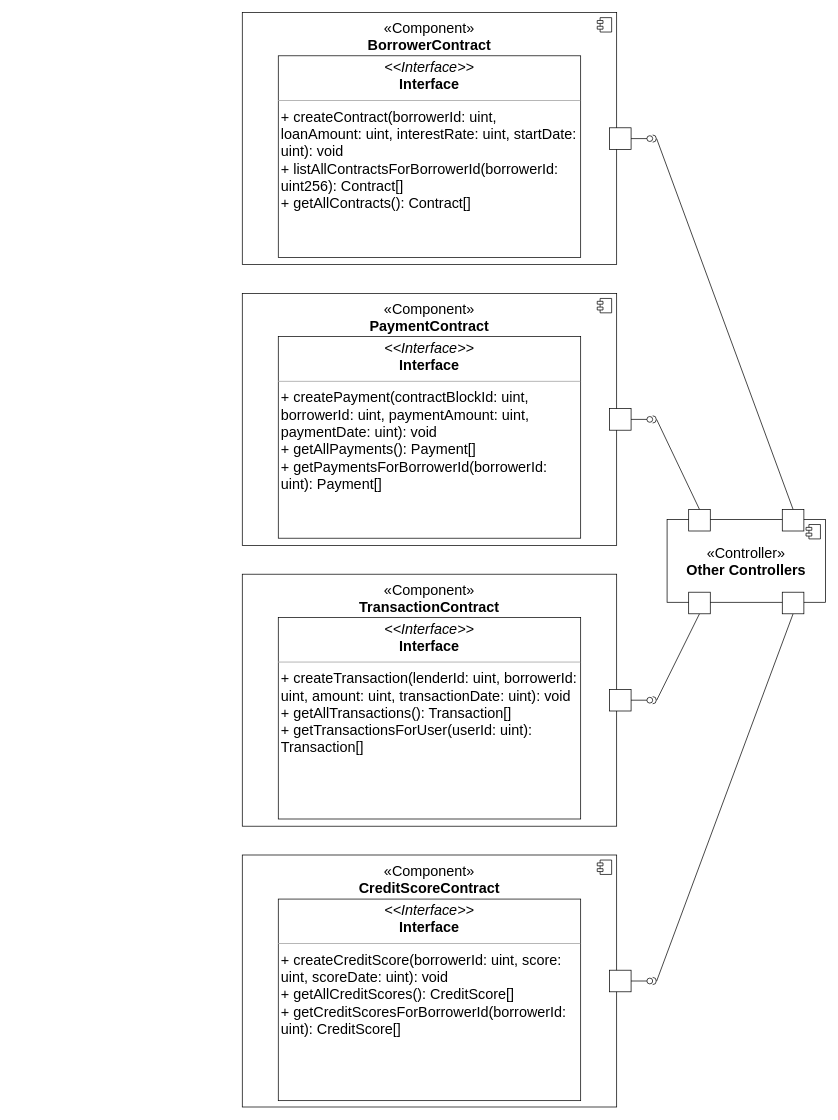
Above: Diagrams/SKY-P2P-CPD.drawio in SQU3AKERS/Sky-P2P (draw.io), before the change. Source tidied: cells renumbered, new cells numbered last; positions are measured from the earlier drawing's top-left corner, leaving out a move shared by most shapes. Both pictures are drawn from the tidied source at 72%, with x=0, y=0 at pixel (242, 12).
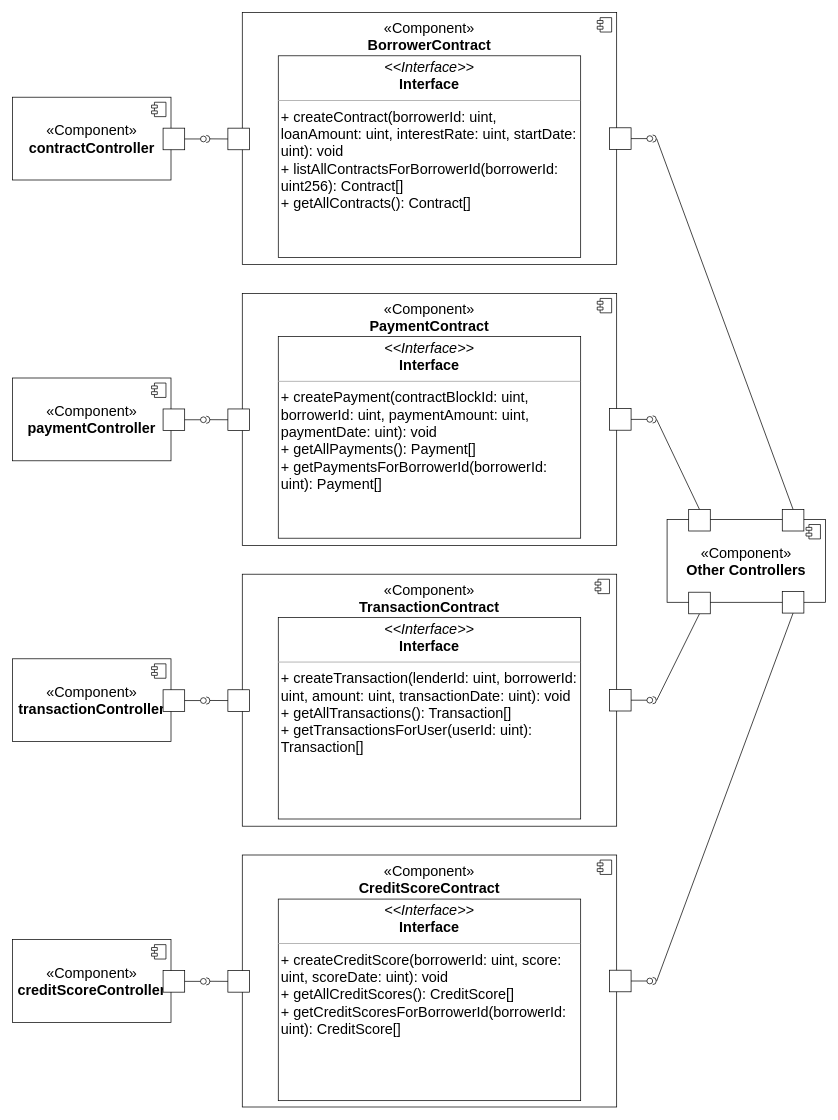
The same page after the edit.

The change refers to these unchanged cells:
```xml
<mxCell id="9" style="group;" parent="1" vertex="1">
  <mxGeometry x="570" y="690" width="240" height="145" as="geometry" />
</mxCell>
<mxCell id="32" style="group;" parent="1" vertex="1">
  <mxGeometry y="780" width="570" height="350" as="geometry" />
</mxCell>
```

What changed in the source:
```diff
@@
     <mxCell id="10" style="group;" parent="9" vertex="1">
-      <mxGeometry y="14" width="240" height="131" as="geometry" />
+      <mxGeometry y="14" width="240" height="130" as="geometry" />
     </mxCell>
-    <mxCell id="11" value="«Controller»&lt;br style=&quot;font-size: 20px;&quot;&gt;&lt;b style=&quot;font-size: 20px;&quot;&gt;Other Controllers&lt;/b&gt;" style="html=1;whiteSpace=wrap;fontSize=20;" parent="10" vertex="1">
+    <mxCell id="11" value="«Component»&lt;br style=&quot;font-size: 20px;&quot;&gt;&lt;b style=&quot;font-size: 20px;&quot;&gt;Other Controllers&lt;/b&gt;" style="html=1;whiteSpace=wrap;fontSize=20;" parent="10" vertex="1">
       <mxGeometry x="20" width="220" height="115" as="geometry" />
     </mxCell>
@@
     <mxCell id="13" style="html=1;rounded=0;direction=east;" parent="10" vertex="1">
-      <mxGeometry x="180" y="101" width="30" height="30" as="geometry" />
+      <mxGeometry x="180" y="100.2" width="30" height="29.8" as="geometry" />
     </mxCell>
@@
+    <mxCell id="45" style="shape=module;jettyWidth=8;jettyHeight=4;" parent="32" vertex="1">
+      <mxGeometry x="490" y="7" width="20" height="20" as="geometry" />
+    </mxCell>
@@
+    <mxCell id="46" value="&lt;font style=&quot;font-size: 20px;&quot;&gt;«Component»&lt;br&gt;&lt;b&gt;contractController&lt;/b&gt;&lt;/font&gt;" style="html=1;whiteSpace=wrap;" parent="1" vertex="1">
+      <mxGeometry x="-319" y="117.5" width="220" height="115" as="geometry" />
+    </mxCell>
+    <mxCell id="47" style="shape=module;jettyWidth=8;jettyHeight=4;" parent="46" vertex="1">
+      <mxGeometry x="1" width="20" height="20" relative="1" as="geometry">
+        <mxPoint x="-27" y="7" as="offset" />
+      </mxGeometry>
+    </mxCell>
+    <mxCell id="48" value="&lt;font style=&quot;font-size: 20px;&quot;&gt;«Component»&lt;br&gt;&lt;b&gt;paymentController&lt;/b&gt;&lt;/font&gt;" style="html=1;whiteSpace=wrap;" parent="1" vertex="1">
+      <mxGeometry x="-319" y="507.5" width="220" height="115" as="geometry" />
+    </mxCell>
+    <mxCell id="49" style="shape=module;jettyWidth=8;jettyHeight=4;" parent="48" vertex="1">
+      <mxGeometry x="1" width="20" height="20" relative="1" as="geometry">
+        <mxPoint x="-27" y="7" as="offset" />
+      </mxGeometry>
+    </mxCell>
+    <mxCell id="50" value="&lt;font style=&quot;font-size: 20px;&quot;&gt;«Component»&lt;br&gt;&lt;b&gt;creditScoreController&lt;/b&gt;&lt;/font&gt;" style="html=1;whiteSpace=wrap;" parent="1" vertex="1">
+      <mxGeometry x="-319" y="1287.5" width="220" height="115" as="geometry" />
+    </mxCell>
+    <mxCell id="51" style="shape=module;jettyWidth=8;jettyHeight=4;" parent="50" vertex="1">
+      <mxGeometry x="1" width="20" height="20" relative="1" as="geometry">
+        <mxPoint x="-27" y="7" as="offset" />
+      </mxGeometry>
+    </mxCell>
+    <mxCell id="52" value="&lt;font style=&quot;font-size: 20px;&quot;&gt;«Component»&lt;br&gt;&lt;b&gt;transactionController&lt;/b&gt;&lt;/font&gt;" style="html=1;whiteSpace=wrap;" parent="1" vertex="1">
+      <mxGeometry x="-319" y="897.5" width="220" height="115" as="geometry" />
+    </mxCell>
+    <mxCell id="53" style="shape=module;jettyWidth=8;jettyHeight=4;" parent="52" vertex="1">
+      <mxGeometry x="1" width="20" height="20" relative="1" as="geometry">
+        <mxPoint x="-27" y="7" as="offset" />
+      </mxGeometry>
+    </mxCell>
+    <mxCell id="54" style="html=1;rounded=0;" parent="1" vertex="1">
+      <mxGeometry x="-110" y="160.5" width="30" height="30" as="geometry" />
+    </mxCell>
+    <mxCell id="55" style="endArrow=none;html=1;rounded=0;align=center;verticalAlign=top;endFill=0;labelBackgroundColor=none;endSize=2;" parent="1" edge="1" source="54" target="56">
+      <mxGeometry relative="1" as="geometry" />
+    </mxCell>
+    <mxCell id="56" style="ellipse;html=1;fontSize=11;align=center;fillColor=none;points=[];verticalAlign=bottom;labelPosition=center;verticalLabelPosition=top;flipH=1;" parent="1" vertex="1">
+      <mxGeometry x="-58" y="171.5" width="8" height="8" as="geometry" />
+    </mxCell>
+    <mxCell id="57" style="group;" parent="1" vertex="1">
+      <mxGeometry x="-50" y="160.5" width="60" height="30" as="geometry" />
+    </mxCell>
+    <mxCell id="58" style="html=1;rounded=0;" parent="57" vertex="1">
+      <mxGeometry x="30" width="30" height="30" as="geometry" />
+    </mxCell>
+    <mxCell id="59" style="endArrow=none;html=1;rounded=0;align=center;verticalAlign=top;endFill=0;labelBackgroundColor=none;endSize=2;exitX=0;exitY=0.5;exitDx=0;exitDy=0;entryX=0.968;entryY=0.512;entryDx=0;entryDy=0;entryPerimeter=0;" parent="57" edge="1" source="58" target="60">
+      <mxGeometry relative="1" as="geometry" />
+    </mxCell>
+    <mxCell id="60" style="shape=requiredInterface;html=1;fontSize=11;align=center;fillColor=none;points=[];verticalAlign=bottom;labelPosition=center;verticalLabelPosition=top;flipH=1;rotation=180;" parent="57" vertex="1">
+      <mxGeometry y="10" width="5" height="10" as="geometry" />
+    </mxCell>
+    <mxCell id="61" style="html=1;rounded=0;" parent="1" vertex="1">
+      <mxGeometry x="-110" y="550.5" width="30" height="30" as="geometry" />
+    </mxCell>
+    <mxCell id="62" style="endArrow=none;html=1;rounded=0;align=center;verticalAlign=top;endFill=0;labelBackgroundColor=none;endSize=2;" parent="1" edge="1" source="61" target="63">
+      <mxGeometry relative="1" as="geometry" />
+    </mxCell>
+    <mxCell id="63" style="ellipse;html=1;fontSize=11;align=center;fillColor=none;points=[];verticalAlign=bottom;labelPosition=center;verticalLabelPosition=top;flipH=1;" parent="1" vertex="1">
+      <mxGeometry x="-58" y="561.5" width="8" height="8" as="geometry" />
+    </mxCell>
+    <mxCell id="64" style="html=1;rounded=0;" parent="1" vertex="1">
+      <mxGeometry x="-110" y="940.5" width="30" height="30" as="geometry" />
+    </mxCell>
+    <mxCell id="65" style="endArrow=none;html=1;rounded=0;align=center;verticalAlign=top;endFill=0;labelBackgroundColor=none;endSize=2;" parent="1" edge="1" source="64" target="66">
+      <mxGeometry relative="1" as="geometry" />
+    </mxCell>
+    <mxCell id="66" style="ellipse;html=1;fontSize=11;align=center;fillColor=none;points=[];verticalAlign=bottom;labelPosition=center;verticalLabelPosition=top;flipH=1;" parent="1" vertex="1">
+      <mxGeometry x="-58" y="951.5" width="8" height="8" as="geometry" />
+    </mxCell>
+    <mxCell id="67" style="group;" parent="1" vertex="1">
+      <mxGeometry x="-50" y="940.5" width="60" height="30" as="geometry" />
+    </mxCell>
+    <mxCell id="68" style="html=1;rounded=0;" parent="67" vertex="1">
+      <mxGeometry x="30" width="30" height="30" as="geometry" />
+    </mxCell>
+    <mxCell id="69" style="endArrow=none;html=1;rounded=0;align=center;verticalAlign=top;endFill=0;labelBackgroundColor=none;endSize=2;exitX=0;exitY=0.5;exitDx=0;exitDy=0;entryX=0.968;entryY=0.512;entryDx=0;entryDy=0;entryPerimeter=0;" parent="67" edge="1" source="68" target="70">
+      <mxGeometry relative="1" as="geometry" />
+    </mxCell>
+    <mxCell id="70" style="shape=requiredInterface;html=1;fontSize=11;align=center;fillColor=none;points=[];verticalAlign=bottom;labelPosition=center;verticalLabelPosition=top;flipH=1;rotation=180;" parent="67" vertex="1">
+      <mxGeometry y="10" width="5" height="10" as="geometry" />
+    </mxCell>
+    <mxCell id="71" style="html=1;rounded=0;" parent="1" vertex="1">
+      <mxGeometry x="-110" y="1330.5" width="30" height="30" as="geometry" />
+    </mxCell>
+    <mxCell id="72" style="endArrow=none;html=1;rounded=0;align=center;verticalAlign=top;endFill=0;labelBackgroundColor=none;endSize=2;" parent="1" edge="1" source="71" target="73">
+      <mxGeometry relative="1" as="geometry" />
+    </mxCell>
+    <mxCell id="73" style="ellipse;html=1;fontSize=11;align=center;fillColor=none;points=[];verticalAlign=bottom;labelPosition=center;verticalLabelPosition=top;flipH=1;" parent="1" vertex="1">
+      <mxGeometry x="-58" y="1341.5" width="8" height="8" as="geometry" />
+    </mxCell>
+    <mxCell id="74" style="group;" parent="1" vertex="1">
+      <mxGeometry x="-50" y="1330.5" width="60" height="30" as="geometry" />
+    </mxCell>
+    <mxCell id="75" style="html=1;rounded=0;" parent="74" vertex="1">
+      <mxGeometry x="30" width="30" height="30" as="geometry" />
+    </mxCell>
+    <mxCell id="76" style="endArrow=none;html=1;rounded=0;align=center;verticalAlign=top;endFill=0;labelBackgroundColor=none;endSize=2;exitX=0;exitY=0.5;exitDx=0;exitDy=0;entryX=0.968;entryY=0.512;entryDx=0;entryDy=0;entryPerimeter=0;" parent="74" edge="1" source="75" target="77">
+      <mxGeometry relative="1" as="geometry" />
+    </mxCell>
+    <mxCell id="77" style="shape=requiredInterface;html=1;fontSize=11;align=center;fillColor=none;points=[];verticalAlign=bottom;labelPosition=center;verticalLabelPosition=top;flipH=1;rotation=180;" parent="74" vertex="1">
+      <mxGeometry y="10" width="5" height="10" as="geometry" />
+    </mxCell>
+    <mxCell id="78" style="group;" parent="1" vertex="1">
+      <mxGeometry x="-50" y="550.5" width="60" height="30" as="geometry" />
+    </mxCell>
+    <mxCell id="79" style="html=1;rounded=0;" parent="78" vertex="1">
+      <mxGeometry x="30" width="30" height="30" as="geometry" />
+    </mxCell>
+    <mxCell id="80" style="endArrow=none;html=1;rounded=0;align=center;verticalAlign=top;endFill=0;labelBackgroundColor=none;endSize=2;exitX=0;exitY=0.5;exitDx=0;exitDy=0;entryX=0.968;entryY=0.512;entryDx=0;entryDy=0;entryPerimeter=0;" parent="78" edge="1" source="79" target="81">
+      <mxGeometry relative="1" as="geometry" />
+    </mxCell>
+    <mxCell id="81" style="shape=requiredInterface;html=1;fontSize=11;align=center;fillColor=none;points=[];verticalAlign=bottom;labelPosition=center;verticalLabelPosition=top;flipH=1;rotation=180;" parent="78" vertex="1">
+      <mxGeometry y="10" width="5" height="10" as="geometry" />
+    </mxCell>
```
